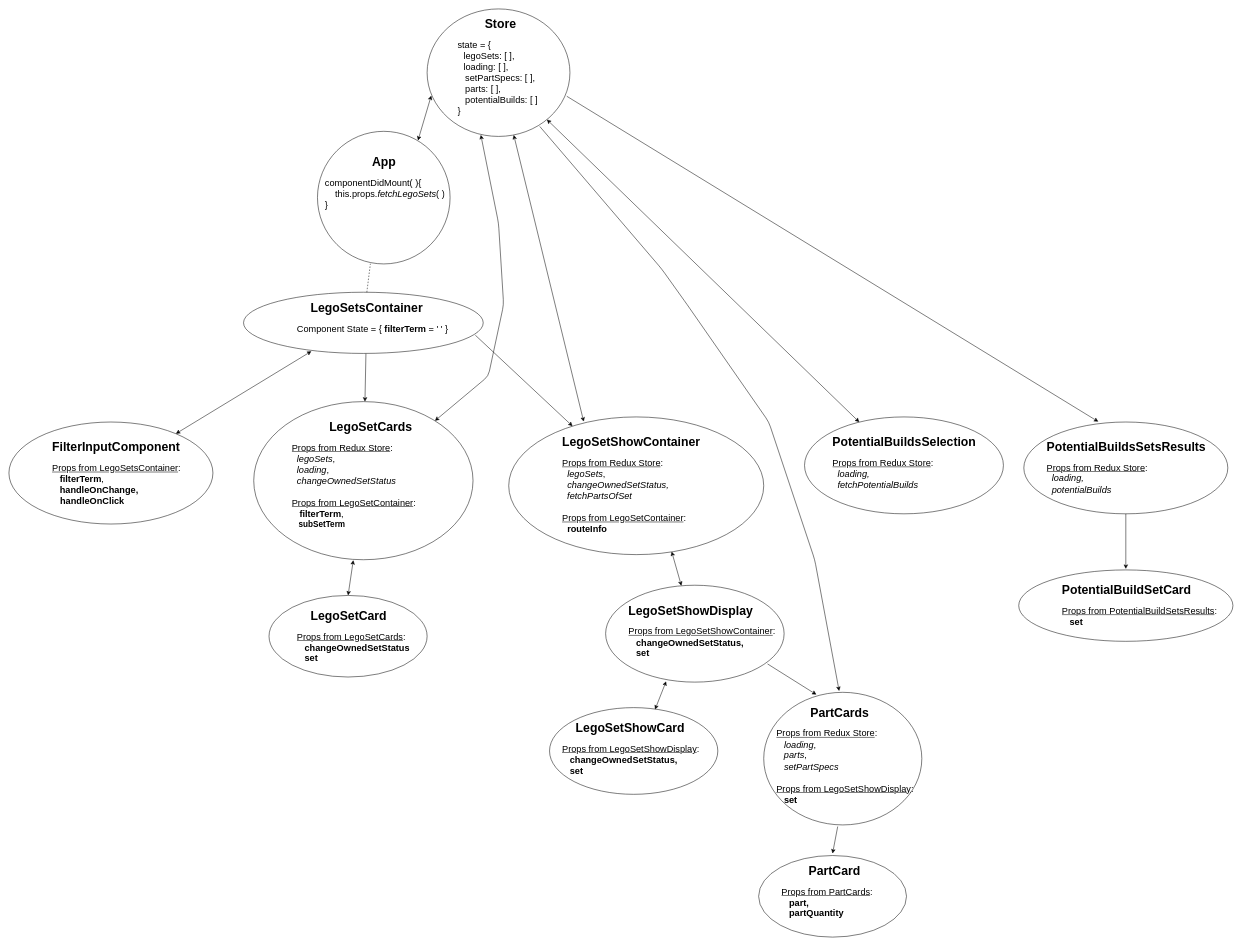
The draw.io diagram StateTreeDiagram.drawio in DavidRMorphew/my-bricks-app-frontend, before the edit. Source tidied: cells renumbered, new cells numbered last; positions are measured from the earlier drawing's top-left corner, leaving out a move shared by most shapes. Both pictures are drawn from the tidied source at 51%, with x=0, y=0 at pixel (9, 9).
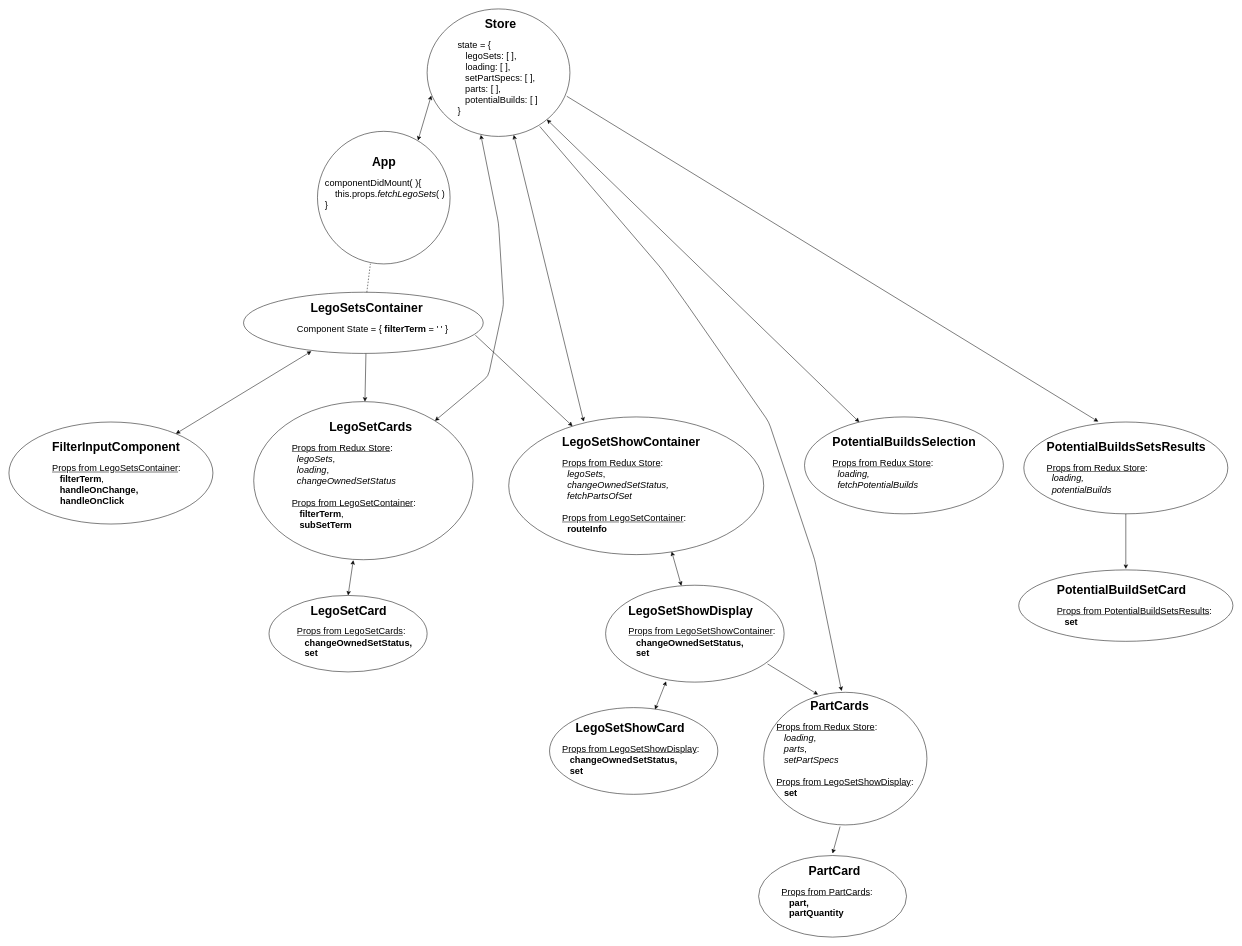
Above is the later version.

The edit, as a diff of the source:
```diff
@@
-    <mxCell id="3" value="&lt;h1&gt;&amp;nbsp; &amp;nbsp; &amp;nbsp; &amp;nbsp; Store&lt;/h1&gt;&lt;div&gt;&lt;font&gt;&lt;font style=&quot;font-size: 18px&quot;&gt;&lt;span style=&quot;text-align: center&quot;&gt;state =&amp;nbsp;&lt;/span&gt;&lt;span style=&quot;text-align: center&quot;&gt;{&lt;/span&gt;&lt;br style=&quot;text-align: center&quot;&gt;&lt;/font&gt;&lt;span style=&quot;text-align: center ; font-size: 14px&quot;&gt;&amp;nbsp; &amp;nbsp;&lt;/span&gt;&lt;span style=&quot;text-align: center&quot;&gt;&lt;font style=&quot;font-size: 18px&quot;&gt;legoSets: [ ],&lt;/font&gt;&lt;/span&gt;&lt;br style=&quot;text-align: center&quot;&gt;&lt;span style=&quot;text-align: center ; font-size: 14px&quot;&gt;&amp;nbsp; &amp;nbsp;&lt;/span&gt;&lt;span style=&quot;text-align: center&quot;&gt;&lt;font style=&quot;font-size: 18px&quot;&gt;loading: [ ],&lt;/font&gt;&lt;/span&gt;&lt;br style=&quot;text-align: center&quot;&gt;&lt;font style=&quot;font-size: 18px&quot;&gt;&lt;span style=&quot;text-align: center&quot;&gt;&amp;nbsp; &amp;nbsp;setPartSpecs: [ ],&lt;/span&gt;&lt;br style=&quot;text-align: center&quot;&gt;&lt;/font&gt;&lt;font style=&quot;font-size: 18px&quot;&gt;&lt;span style=&quot;text-align: center&quot;&gt;&amp;nbsp; &amp;nbsp;parts: [ ],&lt;/span&gt;&lt;br style=&quot;text-align: center&quot;&gt;&lt;/font&gt;&lt;font style=&quot;font-size: 18px&quot;&gt;&lt;span style=&quot;text-align: center&quot;&gt;&amp;nbsp; &amp;nbsp;potentialBuilds: [ ]&lt;/span&gt;&lt;br style=&quot;text-align: center&quot;&gt;&lt;/font&gt;&lt;span style=&quot;text-align: center&quot;&gt;&lt;font style=&quot;font-size: 18px&quot;&gt;}&lt;/font&gt;&lt;/span&gt;&lt;/font&gt;&lt;br&gt;&lt;/div&gt;" style="text;html=1;strokeColor=none;fillColor=none;spacing=5;spacingTop=-20;whiteSpace=wrap;overflow=hidden;rounded=0;" parent="1" vertex="1">
+    <mxCell id="3" value="&lt;h1&gt;&amp;nbsp; &amp;nbsp; &amp;nbsp; &amp;nbsp; Store&lt;/h1&gt;&lt;div&gt;&lt;font&gt;&lt;font style=&quot;font-size: 18px&quot;&gt;&lt;span style=&quot;text-align: center&quot;&gt;state =&amp;nbsp;&lt;/span&gt;&lt;span style=&quot;text-align: center&quot;&gt;{&lt;/span&gt;&lt;br style=&quot;text-align: center&quot;&gt;&lt;/font&gt;&lt;span style=&quot;text-align: center ; font-size: 14px&quot;&gt;&amp;nbsp; &amp;nbsp;&amp;nbsp;&lt;/span&gt;&lt;span style=&quot;text-align: center&quot;&gt;&lt;font style=&quot;font-size: 18px&quot;&gt;legoSets: [ ],&lt;/font&gt;&lt;/span&gt;&lt;br style=&quot;text-align: center&quot;&gt;&lt;span style=&quot;text-align: center ; font-size: 14px&quot;&gt;&amp;nbsp; &amp;nbsp;&amp;nbsp;&lt;/span&gt;&lt;span style=&quot;text-align: center&quot;&gt;&lt;font style=&quot;font-size: 18px&quot;&gt;loading: [ ],&lt;/font&gt;&lt;/span&gt;&lt;br style=&quot;text-align: center&quot;&gt;&lt;font style=&quot;font-size: 18px&quot;&gt;&lt;span style=&quot;text-align: center&quot;&gt;&amp;nbsp; &amp;nbsp;setPartSpecs: [ ],&lt;/span&gt;&lt;br style=&quot;text-align: center&quot;&gt;&lt;/font&gt;&lt;font style=&quot;font-size: 18px&quot;&gt;&lt;span style=&quot;text-align: center&quot;&gt;&amp;nbsp; &amp;nbsp;parts: [ ],&lt;/span&gt;&lt;br style=&quot;text-align: center&quot;&gt;&lt;/font&gt;&lt;font style=&quot;font-size: 18px&quot;&gt;&lt;span style=&quot;text-align: center&quot;&gt;&amp;nbsp; &amp;nbsp;potentialBuilds: [ ]&lt;/span&gt;&lt;br style=&quot;text-align: center&quot;&gt;&lt;/font&gt;&lt;span style=&quot;text-align: center&quot;&gt;&lt;font style=&quot;font-size: 18px&quot;&gt;}&lt;/font&gt;&lt;/span&gt;&lt;/font&gt;&lt;br&gt;&lt;/div&gt;" style="text;html=1;strokeColor=none;fillColor=none;spacing=5;spacingTop=-20;whiteSpace=wrap;overflow=hidden;rounded=0;" parent="1" vertex="1">
       <mxGeometry x="875" y="10" width="190" height="210" as="geometry" />
     </mxCell>
@@
-    <mxCell id="15" value="&lt;h1&gt;&amp;nbsp; &amp;nbsp; &amp;nbsp; &amp;nbsp; &amp;nbsp; &amp;nbsp;LegoSetCards&lt;/h1&gt;&lt;div&gt;&lt;font style=&quot;font-size: 18px&quot;&gt;&lt;u&gt;Props from Redux Store&lt;/u&gt;:&amp;nbsp;&lt;/font&gt;&lt;/div&gt;&lt;div&gt;&lt;font style=&quot;font-size: 18px&quot;&gt;&amp;nbsp; &lt;i&gt;legoSets&lt;/i&gt;,&lt;/font&gt;&lt;/div&gt;&lt;div&gt;&lt;font style=&quot;font-size: 18px&quot;&gt;&amp;nbsp; &lt;i&gt;loading&lt;/i&gt;,&lt;/font&gt;&lt;/div&gt;&lt;div&gt;&lt;font style=&quot;font-size: 18px&quot;&gt;&amp;nbsp; &lt;i&gt;changeOwnedSetStatus&lt;/i&gt;&lt;/font&gt;&lt;/div&gt;&lt;div&gt;&lt;font style=&quot;font-size: 18px&quot;&gt;&amp;nbsp; &amp;nbsp;&lt;/font&gt;&lt;/div&gt;&lt;div&gt;&lt;font style=&quot;font-size: 18px&quot;&gt;&lt;u&gt;Props from LegoSetContainer&lt;/u&gt;:&lt;br&gt;&lt;/font&gt;&lt;/div&gt;&lt;div&gt;&lt;font style=&quot;font-size: 18px&quot;&gt;&lt;i&gt;&amp;nbsp; &amp;nbsp;&lt;/i&gt;&lt;span&gt;&lt;b&gt;filterTerm&lt;/b&gt;&lt;/span&gt;&lt;span&gt;,&amp;nbsp;&lt;/span&gt;&lt;/font&gt;&lt;/div&gt;&lt;div&gt;&lt;font size=&quot;3&quot;&gt;&lt;i&gt;&amp;nbsp; &amp;nbsp;&lt;/i&gt;&lt;span&gt;&lt;b&gt;subSetTerm&lt;/b&gt;&lt;/span&gt;&lt;span&gt;&amp;nbsp;&lt;/span&gt;&lt;/font&gt;&lt;/div&gt;" style="text;html=1;strokeColor=none;fillColor=none;spacing=5;spacingTop=-20;whiteSpace=wrap;overflow=hidden;rounded=0;" parent="1" vertex="1">
-      <mxGeometry x="550" y="800" width="390" height="240" as="geometry" />
+    <mxCell id="15" value="&lt;h1&gt;&amp;nbsp; &amp;nbsp; &amp;nbsp; &amp;nbsp; &amp;nbsp; &amp;nbsp;LegoSetCards&lt;/h1&gt;&lt;div&gt;&lt;font style=&quot;font-size: 18px&quot;&gt;&lt;u&gt;Props from Redux Store&lt;/u&gt;:&amp;nbsp;&lt;/font&gt;&lt;/div&gt;&lt;div&gt;&lt;font style=&quot;font-size: 18px&quot;&gt;&amp;nbsp; &lt;i&gt;legoSets&lt;/i&gt;,&lt;/font&gt;&lt;/div&gt;&lt;div&gt;&lt;font style=&quot;font-size: 18px&quot;&gt;&amp;nbsp; &lt;i&gt;loading&lt;/i&gt;,&lt;/font&gt;&lt;/div&gt;&lt;div&gt;&lt;font style=&quot;font-size: 18px&quot;&gt;&amp;nbsp; &lt;i&gt;changeOwnedSetStatus&lt;/i&gt;&lt;/font&gt;&lt;/div&gt;&lt;div&gt;&lt;font style=&quot;font-size: 18px&quot;&gt;&amp;nbsp; &amp;nbsp;&lt;/font&gt;&lt;/div&gt;&lt;div&gt;&lt;font style=&quot;font-size: 18px&quot;&gt;&lt;u&gt;Props from LegoSetContainer&lt;/u&gt;:&lt;br&gt;&lt;/font&gt;&lt;/div&gt;&lt;div&gt;&lt;font style=&quot;font-size: 18px&quot;&gt;&lt;i&gt;&amp;nbsp; &amp;nbsp;&lt;/i&gt;&lt;span&gt;&lt;b&gt;filterTerm&lt;/b&gt;&lt;/span&gt;&lt;span&gt;,&amp;nbsp;&lt;/span&gt;&lt;/font&gt;&lt;/div&gt;&lt;div&gt;&lt;font style=&quot;font-size: 18px&quot;&gt;&lt;i&gt;&amp;nbsp; &amp;nbsp;&lt;/i&gt;&lt;span&gt;&lt;b&gt;subSetTerm&lt;/b&gt;&lt;/span&gt;&lt;span&gt;&amp;nbsp;&lt;/span&gt;&lt;/font&gt;&lt;/div&gt;" style="text;html=1;strokeColor=none;fillColor=none;spacing=5;spacingTop=-20;whiteSpace=wrap;overflow=hidden;rounded=0;" parent="1" vertex="1">
+      <mxGeometry x="550" y="800" width="280" height="240" as="geometry" />
     </mxCell>
@@
     <mxCell id="29" value="&lt;h1&gt;PotentialBuildSetCard&lt;/h1&gt;&lt;div&gt;&lt;div&gt;&lt;font style=&quot;font-size: 18px&quot;&gt;&lt;u&gt;Props from PotentialBuildSetsResults&lt;/u&gt;:&lt;i&gt;&lt;br&gt;&lt;/i&gt;&lt;/font&gt;&lt;/div&gt;&lt;/div&gt;&lt;div&gt;&lt;font style=&quot;font-size: 18px&quot;&gt;&amp;nbsp; &amp;nbsp;&lt;b&gt;set&lt;/b&gt;&lt;/font&gt;&lt;/div&gt;" style="text;html=1;strokeColor=none;fillColor=none;spacing=5;spacingTop=-20;whiteSpace=wrap;overflow=hidden;rounded=0;" parent="1" vertex="1">
-      <mxGeometry x="2060" y="1120" width="330" height="120" as="geometry" />
+      <mxGeometry x="2050" y="1120" width="320" height="120" as="geometry" />
     </mxCell>
@@
     <mxCell id="34" style="ellipse;whiteSpace=wrap;html=1;" parent="1" vertex="1">
-      <mxGeometry x="1480" y="1340" width="310" height="260" as="geometry" />
+      <mxGeometry x="1480" y="1340" width="320" height="260" as="geometry" />
     </mxCell>
@@
     <mxCell id="38" value="&lt;h1&gt;&amp;nbsp; &amp;nbsp; &amp;nbsp; &amp;nbsp; &amp;nbsp; PartCards&lt;/h1&gt;&lt;div&gt;&lt;div&gt;&lt;div&gt;&lt;font style=&quot;font-size: 18px&quot;&gt;&lt;u&gt;Props from Redux Store&lt;/u&gt;:&amp;nbsp;&lt;/font&gt;&lt;/div&gt;&lt;div&gt;&lt;font style=&quot;font-size: 18px&quot;&gt;&lt;span&gt;&amp;nbsp; &amp;nbsp;&lt;i&gt;loading&lt;/i&gt;,&amp;nbsp;&lt;/span&gt;&lt;/font&gt;&lt;/div&gt;&lt;div&gt;&lt;font style=&quot;font-size: 18px&quot;&gt;&lt;span&gt;&lt;i&gt;&amp;nbsp; &amp;nbsp;par&lt;/i&gt;&lt;/span&gt;&lt;i&gt;ts&lt;/i&gt;&lt;span&gt;,&lt;/span&gt;&lt;/font&gt;&lt;/div&gt;&lt;div&gt;&lt;font style=&quot;font-size: 18px&quot;&gt;&lt;span&gt;&amp;nbsp; &amp;nbsp;&lt;i&gt;setPartSpecs&lt;/i&gt;&lt;/span&gt;&lt;/font&gt;&lt;/div&gt;&lt;div&gt;&lt;font style=&quot;font-size: 18px&quot;&gt;&lt;span&gt;&lt;i&gt;&lt;br&gt;&lt;/i&gt;&lt;/span&gt;&lt;/font&gt;&lt;/div&gt;&lt;div&gt;&lt;font style=&quot;font-size: 18px&quot;&gt;&lt;u&gt;Props from LegoSetShowDisplay&lt;/u&gt;:&lt;i&gt;&lt;br&gt;&lt;/i&gt;&lt;/font&gt;&lt;/div&gt;&lt;/div&gt;&lt;div&gt;&lt;font style=&quot;font-size: 18px&quot;&gt;&amp;nbsp; &amp;nbsp;&lt;b&gt;set&lt;/b&gt;&lt;/font&gt;&lt;/div&gt;&lt;/div&gt;&lt;div&gt;&lt;font style=&quot;font-size: 18px&quot;&gt;&lt;b&gt;&lt;br&gt;&lt;/b&gt;&lt;/font&gt;&lt;/div&gt;" style="text;html=1;strokeColor=none;fillColor=none;spacing=5;spacingTop=-20;whiteSpace=wrap;overflow=hidden;rounded=0;" parent="1" vertex="1">
-      <mxGeometry x="1500" y="1360" width="300" height="210" as="geometry" />
+      <mxGeometry x="1500" y="1347" width="300" height="210" as="geometry" />
     </mxCell>
@@
     <mxCell id="45" style="ellipse;whiteSpace=wrap;html=1;" parent="1" vertex="1">
-      <mxGeometry x="510" y="1150" width="310" height="160" as="geometry" />
+      <mxGeometry x="510" y="1150" width="310" height="150" as="geometry" />
     </mxCell>
-    <mxCell id="46" value="&lt;h1&gt;&amp;nbsp; &amp;nbsp; LegoSetCard&lt;/h1&gt;&lt;div&gt;&lt;div&gt;&lt;font style=&quot;font-size: 18px&quot;&gt;&lt;u&gt;Props from LegoSetCards&lt;/u&gt;:&lt;br&gt;&lt;/font&gt;&lt;/div&gt;&lt;/div&gt;&lt;div&gt;&lt;font style=&quot;font-size: 18px&quot;&gt;&amp;nbsp; &amp;nbsp;&lt;b&gt;changeOwnedSetStatus&lt;/b&gt;&lt;/font&gt;&lt;/div&gt;&lt;div&gt;&lt;font style=&quot;font-size: 18px&quot;&gt;&lt;b&gt;&amp;nbsp; &amp;nbsp;set&lt;/b&gt;&lt;/font&gt;&lt;/div&gt;&lt;div&gt;&lt;font style=&quot;font-size: 18px&quot;&gt;&lt;br&gt;&lt;/font&gt;&lt;/div&gt;" style="text;html=1;strokeColor=none;fillColor=none;spacing=5;spacingTop=-20;whiteSpace=wrap;overflow=hidden;rounded=0;" parent="1" vertex="1">
-      <mxGeometry x="560" y="1170" width="260" height="120" as="geometry" />
+    <mxCell id="46" value="&lt;h1&gt;&amp;nbsp; &amp;nbsp; LegoSetCard&lt;/h1&gt;&lt;div&gt;&lt;div&gt;&lt;font style=&quot;font-size: 18px&quot;&gt;&lt;u&gt;Props from LegoSetCards&lt;/u&gt;:&lt;br&gt;&lt;/font&gt;&lt;/div&gt;&lt;/div&gt;&lt;div&gt;&lt;font style=&quot;font-size: 18px&quot;&gt;&amp;nbsp; &amp;nbsp;&lt;b&gt;changeOwnedSetStatus,&lt;/b&gt;&lt;/font&gt;&lt;/div&gt;&lt;div&gt;&lt;font style=&quot;font-size: 18px&quot;&gt;&lt;b&gt;&amp;nbsp; &amp;nbsp;set&lt;/b&gt;&lt;/font&gt;&lt;/div&gt;&lt;div&gt;&lt;font style=&quot;font-size: 18px&quot;&gt;&lt;br&gt;&lt;/font&gt;&lt;/div&gt;" style="text;html=1;strokeColor=none;fillColor=none;spacing=5;spacingTop=-20;whiteSpace=wrap;overflow=hidden;rounded=0;" parent="1" vertex="1">
+      <mxGeometry x="560" y="1160" width="260" height="120" as="geometry" />
     </mxCell>
```
